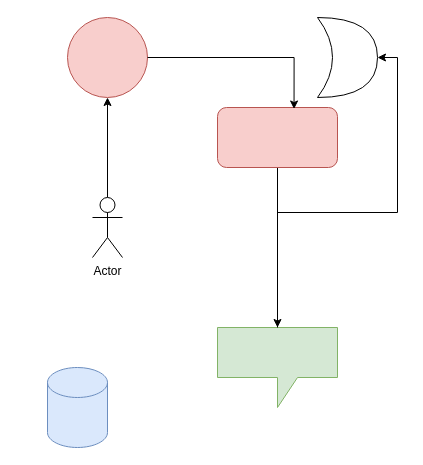
ShaoOrg/bulletin keeps this draw.io diagram as page "Page-2" (2 of 2) of docs/assets/drawio/demo3.drawio. Above is the earlier version. Source tidied: cells renumbered, new cells numbered last; positions are measured from the earlier drawing's top-left corner, leaving out a move shared by most shapes. Both pictures are drawn from the tidied source at 100%, with x=0, y=0 at pixel (47, 17).
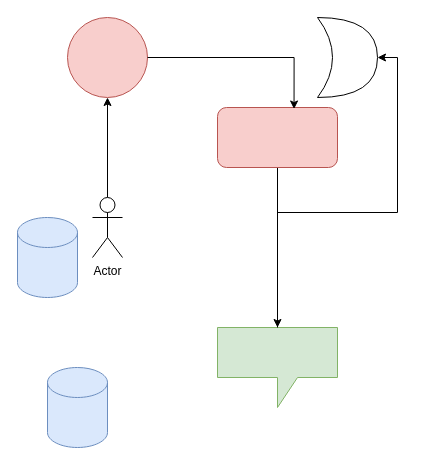
The same diagram, later.

Commit message:
commit by web api from 5d9e58ab942d

The edit, as a diff of the source:
```diff
@@
 <mxGraphModel>
   <root>
     <mxCell id="0" />
     <mxCell id="1" parent="0" />
     <mxCell id="2" style="edgeStyle=orthogonalEdgeStyle;rounded=0;jettySize=auto;html=1;" parent="1" edge="1" source="3" target="5">
       <mxGeometry relative="1" as="geometry" />
     </mxCell>
     <mxCell id="3" style="rounded=1;whiteSpace=wrap;html=1;fillColor=#f8cecc;strokeColor=#b85450;" parent="1" vertex="1">
       <mxGeometry x="170" y="90" width="120" height="60" as="geometry" />
     </mxCell>
     <mxCell id="4" style="ellipse;whiteSpace=wrap;html=1;fillColor=#f8cecc;strokeColor=#b85450;" parent="1" vertex="1">
       <mxGeometry x="20" width="80" height="80" as="geometry" />
     </mxCell>
     <mxCell id="5" style="shape=callout;whiteSpace=wrap;html=1;perimeter=calloutPerimeter;fillColor=#d5e8d4;strokeColor=#82b366;" parent="1" vertex="1">
       <mxGeometry x="170" y="310" width="120" height="80" as="geometry" />
     </mxCell>
     <mxCell id="6" style="edgeStyle=orthogonalEdgeStyle;rounded=0;jettySize=auto;html=1;entryX=0.5;entryY=1;entryDx=0;entryDy=0;" parent="1" edge="1" source="7" target="4">
       <mxGeometry relative="1" as="geometry" />
     </mxCell>
     <mxCell id="7" value="Actor" style="shape=umlActor;verticalLabelPosition=bottom;verticalAlign=top;html=1;outlineConnect=0;" parent="1" vertex="1">
       <mxGeometry x="45" y="180" width="30" height="60" as="geometry" />
     </mxCell>
     <mxCell id="8" style="shape=xor;whiteSpace=wrap;html=1;" parent="1" vertex="1">
       <mxGeometry x="270" width="60" height="80" as="geometry" />
     </mxCell>
     <mxCell id="9" style="edgeStyle=orthogonalEdgeStyle;rounded=0;jettySize=auto;html=1;entryX=0.638;entryY=0.025;entryDx=0;entryDy=0;entryPerimeter=0;" parent="1" edge="1" source="4" target="3">
       <mxGeometry relative="1" as="geometry" />
     </mxCell>
     <mxCell id="10" style="edgeStyle=orthogonalEdgeStyle;rounded=0;jettySize=auto;html=1;entryX=1;entryY=0.5;entryDx=0;entryDy=0;entryPerimeter=0;" parent="1" edge="1" source="5" target="8">
       <mxGeometry relative="1" as="geometry" />
     </mxCell>
     <mxCell id="11" style="shape=cylinder3;whiteSpace=wrap;html=1;boundedLbl=1;backgroundOutline=1;size=15;fillColor=#dae8fc;strokeColor=#6c8ebf;" parent="1" vertex="1">
       <mxGeometry y="350" width="60" height="80" as="geometry" />
     </mxCell>
+    <mxCell id="12" style="shape=cylinder3;whiteSpace=wrap;html=1;boundedLbl=1;backgroundOutline=1;size=15;fillColor=#dae8fc;strokeColor=#6c8ebf;" parent="1" vertex="1">
+      <mxGeometry x="-30" y="200" width="60" height="80" as="geometry" />
+    </mxCell>
   </root>
 </mxGraphModel>
```
